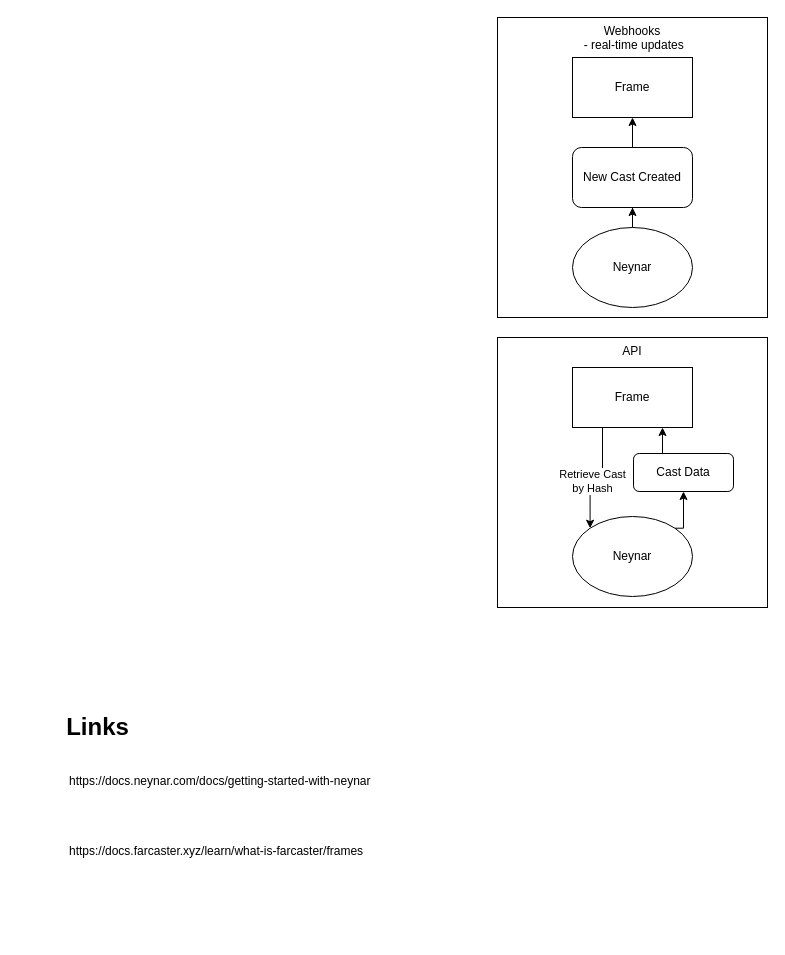
Above: farcaster-frames.drawio in hollygrimm/hg-diagrams (draw.io), before the change. Source tidied: cells renumbered, new cells numbered last; positions are measured from the earlier drawing's top-left corner, leaving out a move shared by most shapes. Both pictures are drawn from the tidied source at 100%, with x=0, y=0 at pixel (47, 17).
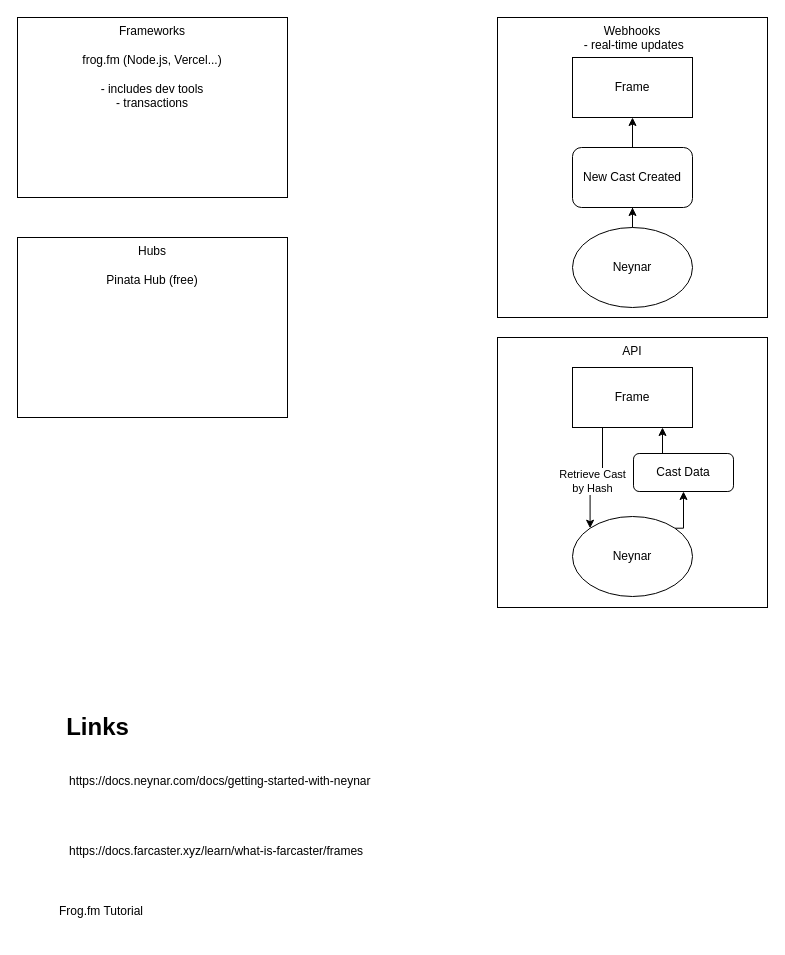
After the change.

Commit message:
add frameworks and hubs

Change to the diagram source:
```diff
@@
+    <mxCell id="19" value="&lt;div&gt;Frameworks&lt;/div&gt;&lt;div&gt;&lt;br&gt;&lt;/div&gt;&lt;div&gt;frog.fm (Node.js, Vercel...)&lt;/div&gt;&lt;div&gt;&lt;br&gt;&lt;/div&gt;&lt;div&gt;- includes dev tools&lt;/div&gt;&lt;div&gt;- transactions&lt;br&gt;&lt;/div&gt;" style="rounded=0;whiteSpace=wrap;html=1;verticalAlign=top;" parent="1" vertex="1">
+      <mxGeometry x="-30" width="270" height="180" as="geometry" />
+    </mxCell>
+    <mxCell id="20" value="&lt;div&gt;Hubs&lt;/div&gt;&lt;div&gt;&lt;br&gt;&lt;/div&gt;&lt;div&gt;Pinata Hub (free)&lt;br&gt;&lt;/div&gt;" style="rounded=0;whiteSpace=wrap;html=1;verticalAlign=top;" parent="1" vertex="1">
+      <mxGeometry x="-30" y="220" width="270" height="180" as="geometry" />
+    </mxCell>
+    <mxCell id="21" value="Frog.fm Tutorial" style="text;whiteSpace=wrap;" parent="1" vertex="1">
+      <mxGeometry x="10" y="880" width="330" height="40" as="geometry" />
+    </mxCell>
```
